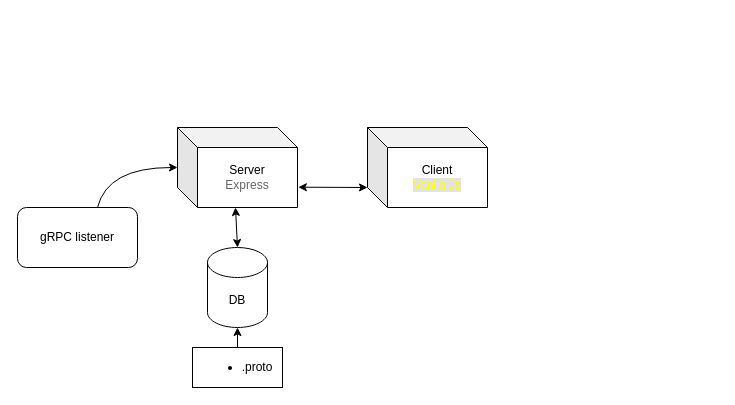
Earlier version of the draw.io diagram diagram.drawio (Evgenii-Vasilev/proto-placeholder). Source tidied: cells renumbered, new cells numbered last; positions are measured from the earlier drawing's top-left corner, leaving out a move shared by most shapes. Both pictures are drawn from the tidied source at 100%, with x=0, y=0 at pixel (17, 127).
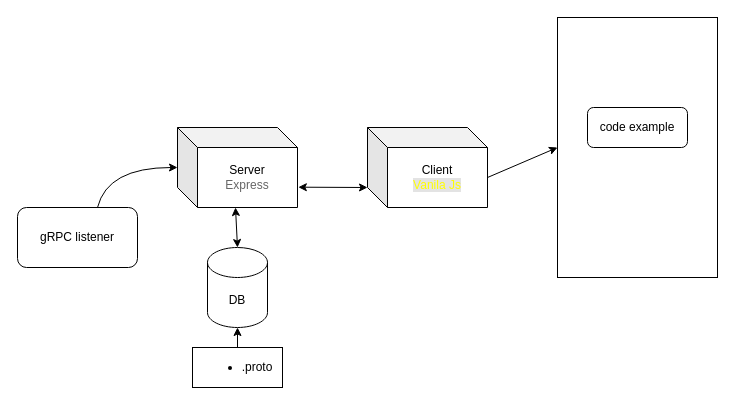
After the change.

Commit message (it also covers changes not shown here):
Configure webpack devServe and Express

Diff of the diagram source:
```diff
@@
 <mxGraphModel>
   <root>
     <mxCell id="0" />
     <mxCell id="1" parent="0" />
     <mxCell id="2" value="Client&lt;br&gt;&lt;font color=&quot;#ffff00&quot; style=&quot;background-color: rgb(227 , 227 , 227)&quot;&gt;Vanila Js&lt;/font&gt;" style="shape=cube;whiteSpace=wrap;html=1;boundedLbl=1;backgroundOutline=1;darkOpacity=0.05;darkOpacity2=0.1;" parent="1" vertex="1">
       <mxGeometry x="350" width="120" height="80" as="geometry" />
     </mxCell>
     <mxCell id="3" value="Server&lt;br&gt;&lt;font color=&quot;#666666&quot;&gt;Express&lt;/font&gt;" style="shape=cube;whiteSpace=wrap;html=1;boundedLbl=1;backgroundOutline=1;darkOpacity=0.05;darkOpacity2=0.1;" parent="1" vertex="1">
       <mxGeometry x="160" width="120" height="80" as="geometry" />
     </mxCell>
     <mxCell id="4" style="endArrow=classic;startArrow=classic;html=1;strokeWidth=1;exitX=1.007;exitY=0.746;exitDx=0;exitDy=0;exitPerimeter=0;entryX=0;entryY=0;entryDx=0;entryDy=60;entryPerimeter=0;" parent="1" edge="1" source="3" target="2">
       <mxGeometry relative="1" as="geometry" />
     </mxCell>
     <mxCell id="5" value="&lt;span&gt;DB&lt;/span&gt;" style="shape=cylinder3;whiteSpace=wrap;html=1;boundedLbl=1;backgroundOutline=1;size=15;align=center;" parent="1" vertex="1">
       <mxGeometry x="190" y="120" width="60" height="80" as="geometry" />
     </mxCell>
     <mxCell id="6" style="endArrow=classic;startArrow=classic;html=1;strokeWidth=1;exitX=0.5;exitY=0;exitDx=0;exitDy=0;exitPerimeter=0;" parent="1" edge="1" source="5">
       <mxGeometry relative="1" as="geometry">
         <mxPoint x="218" y="80" as="targetPoint" />
       </mxGeometry>
     </mxCell>
     <mxCell id="7" value="&lt;ul&gt;&lt;li&gt;&lt;span&gt;.proto&lt;/span&gt;&lt;/li&gt;&lt;/ul&gt;" style="rounded=0;whiteSpace=wrap;html=1;" parent="1" vertex="1">
       <mxGeometry x="175" y="220" width="90" height="40" as="geometry" />
     </mxCell>
     <mxCell id="8" style="endArrow=classic;html=1;strokeWidth=1;exitX=0.5;exitY=0;exitDx=0;exitDy=0;" parent="1" edge="1" source="7" target="5">
       <mxGeometry relative="1" as="geometry" />
     </mxCell>
     <mxCell id="9" style="curved=1;endArrow=classic;html=1;strokeWidth=1;" parent="1" edge="1">
       <mxGeometry relative="1" as="geometry">
         <mxPoint x="80" y="80" as="sourcePoint" />
         <mxPoint x="160" y="40" as="targetPoint" />
         <Array as="points">
           <mxPoint x="90" y="40" />
         </Array>
       </mxGeometry>
     </mxCell>
     <mxCell id="10" value="gRPC listener" style="rounded=1;whiteSpace=wrap;html=1;" parent="1" vertex="1">
       <mxGeometry y="80" width="120" height="60" as="geometry" />
     </mxCell>
+    <mxCell id="11" style="rounded=0;whiteSpace=wrap;html=1;rotation=90;" parent="1" vertex="1">
+      <mxGeometry x="490" y="-60" width="260" height="160" as="geometry" />
+    </mxCell>
+    <mxCell id="12" style="endArrow=classic;html=1;rounded=0;exitX=0;exitY=0;exitDx=120;exitDy=50;exitPerimeter=0;entryX=0.5;entryY=1;entryDx=0;entryDy=0;" parent="1" edge="1" source="2" target="11">
+      <mxGeometry relative="1" as="geometry" />
+    </mxCell>
+    <mxCell id="13" value="code example" style="rounded=1;whiteSpace=wrap;html=1;" parent="1" vertex="1">
+      <mxGeometry x="570" y="-20" width="100" height="40" as="geometry" />
+    </mxCell>
   </root>
 </mxGraphModel>
```
